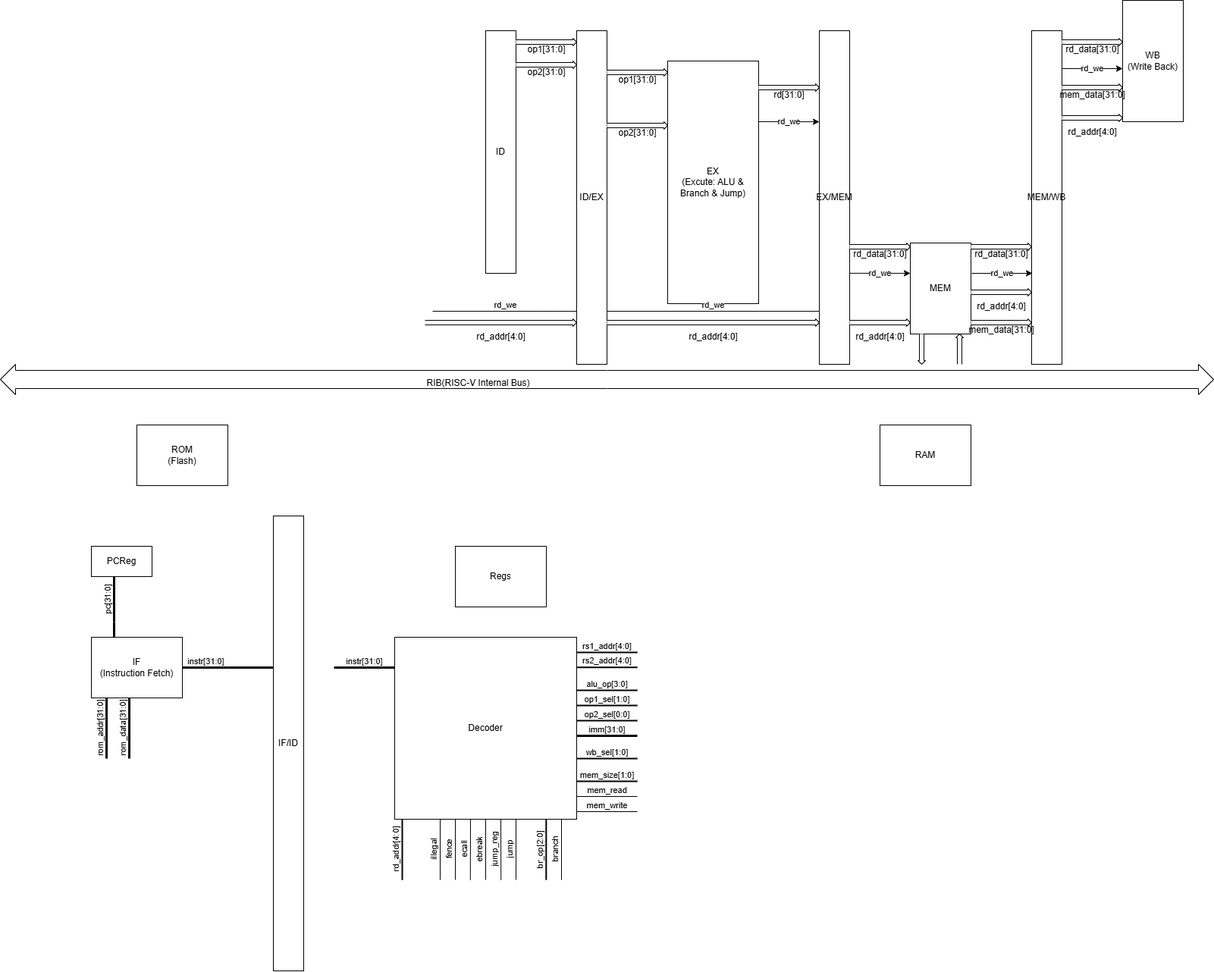
Before: doc/structure/cpu.dio.png, a diagram exported from draw.io (Eetherrr/zynq_rv32i). Source tidied: cells renumbered, new cells last; positions are measured from the earlier drawing's top-left corner, leaving out a move shared by most shapes.
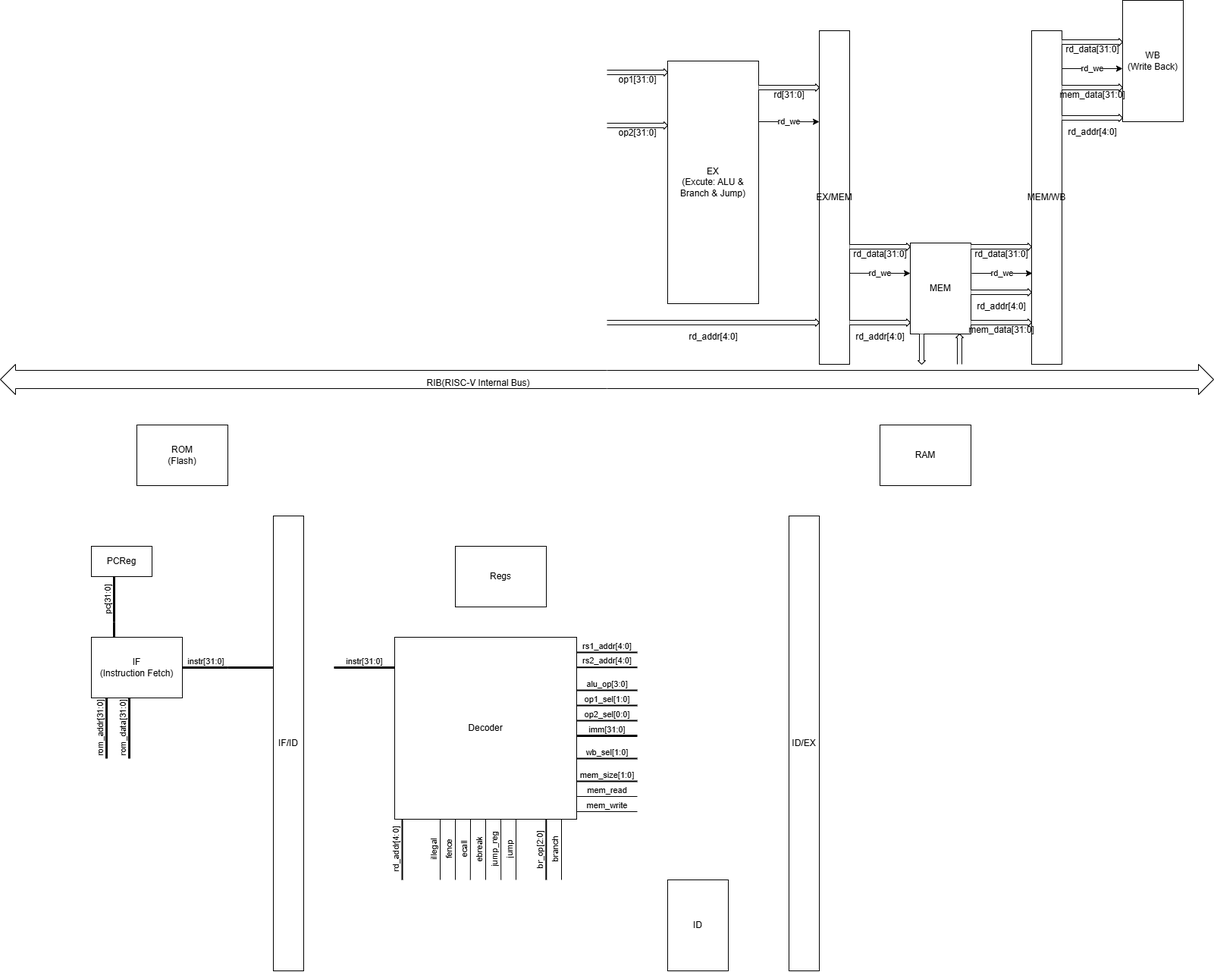
Later version of the same file.

Diff of the diagram source:
```diff
@@ -20,14 +20,11 @@
     <mxCell id="7" value="RIB(RISC-V Internal Bus)" style="text;html=1;align=center;verticalAlign=middle;strokeColor=none;fillColor=none;" parent="4" vertex="1">
       <mxGeometry x="550" y="10" width="160" height="30" as="geometry" />
     </mxCell>
-    <mxCell id="8" value="rd_addr[4:0]" style="verticalLabelPosition=bottom;shadow=0;dashed=0;align=center;html=1;verticalAlign=top;shape=mxgraph.electrical.transmission.straightBus;direction=north;labelPosition=center;horizontal=1;" parent="1" vertex="1">
-      <mxGeometry x="560" y="420" width="200" height="10" as="geometry" />
-    </mxCell>
     <mxCell id="9" value="Regs" style="rounded=0;whiteSpace=wrap;html=1;" parent="1" vertex="1">
       <mxGeometry x="600" y="720" width="120" height="80" as="geometry" />
     </mxCell>
     <mxCell id="10" value="ID/EX" style="rounded=0;whiteSpace=wrap;html=1;" parent="1" vertex="1">
-      <mxGeometry x="760" y="40" width="40" height="440" as="geometry" />
+      <mxGeometry x="1040" y="680" width="40" height="600" as="geometry" />
     </mxCell>
     <mxCell id="11" value="EX&lt;div&gt;(Excute: ALU &amp;amp; Branch &amp;amp; Jump)&lt;/div&gt;" style="rounded=0;whiteSpace=wrap;html=1;" parent="1" vertex="1">
       <mxGeometry x="880" y="80" width="120" height="320" as="geometry" />
@@ -39,11 +36,8 @@
       <mxGeometry x="800" y="160" width="80" height="10" as="geometry" />
     </mxCell>
     <mxCell id="14" value="ID" style="rounded=0;whiteSpace=wrap;html=1;" parent="1" vertex="1">
-      <mxGeometry x="640" y="40" width="40" height="320" as="geometry" />
+      <mxGeometry x="880" y="1160" width="80" height="120" as="geometry" />
     </mxCell>
-    <mxCell id="15" value="op2[31:0]" style="verticalLabelPosition=bottom;shadow=0;dashed=0;align=center;html=1;verticalAlign=middle;shape=mxgraph.electrical.transmission.straightBus;direction=north;" parent="1" vertex="1">
-      <mxGeometry x="680" y="80" width="80" height="10" as="geometry" />
-    </mxCell>
     <mxCell id="16" value="rd[31:0]" style="verticalLabelPosition=bottom;shadow=0;dashed=0;align=center;html=1;verticalAlign=middle;shape=mxgraph.electrical.transmission.straightBus;direction=north;" parent="1" vertex="1">
       <mxGeometry x="1000" y="110" width="80" height="10" as="geometry" />
     </mxCell>
@@ -125,23 +119,6 @@
     <mxCell id="40" value="mem_data[31:0]" style="verticalLabelPosition=bottom;shadow=0;dashed=0;align=center;html=1;verticalAlign=middle;shape=mxgraph.electrical.transmission.straightBus;direction=north;" parent="1" vertex="1">
       <mxGeometry x="1400" y="110" width="80" height="10" as="geometry" />
     </mxCell>
-    <mxCell id="41" style="endArrow=none;html=1;entryX=0;entryY=0.841;entryDx=0;entryDy=0;entryPerimeter=0;" parent="1" edge="1" target="10">
-      <mxGeometry relative="1" as="geometry">
-        <mxPoint x="570" y="410" as="sourcePoint" />
-      </mxGeometry>
-    </mxCell>
-    <mxCell id="42" value="rd_we" style="edgeLabel;html=1;align=center;verticalAlign=bottom;" parent="41" vertex="1">
-      <mxGeometry relative="1" as="geometry" />
-    </mxCell>
-    <mxCell id="43" style="endArrow=none;html=1;entryX=0;entryY=0.841;entryDx=0;entryDy=0;entryPerimeter=0;exitX=1;exitY=0.841;exitDx=0;exitDy=0;exitPerimeter=0;" parent="1" edge="1" source="10" target="17">
-      <mxGeometry relative="1" as="geometry" />
-    </mxCell>
-    <mxCell id="44" value="rd_we" style="edgeLabel;html=1;align=center;verticalAlign=bottom;" parent="43" vertex="1">
-      <mxGeometry relative="1" as="geometry" />
-    </mxCell>
-    <mxCell id="45" value="op1[31:0]" style="verticalLabelPosition=bottom;shadow=0;dashed=0;align=center;html=1;verticalAlign=middle;shape=mxgraph.electrical.transmission.straightBus;direction=north;" parent="1" vertex="1">
-      <mxGeometry x="680" y="50" width="80" height="10" as="geometry" />
-    </mxCell>
     <mxCell id="46" style="group;" parent="1" vertex="1">
       <mxGeometry x="440" y="840" width="400" height="320" as="geometry" />
     </mxCell>
```
